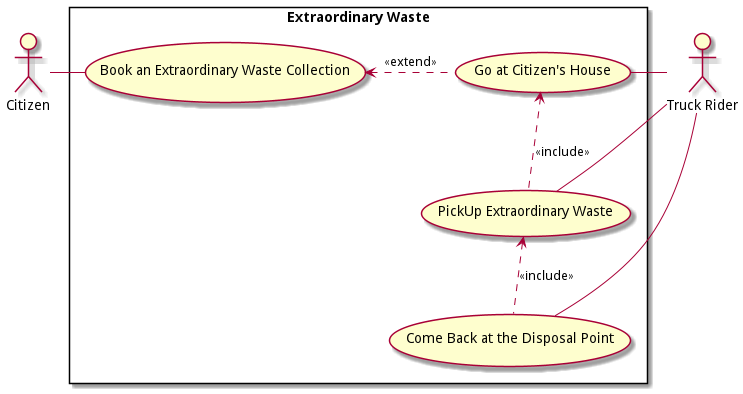
This is uml/extraordinary-use-cases.pm.png from SmartWasteCollection/project-management, a PlantUML export, as it was before one commit.
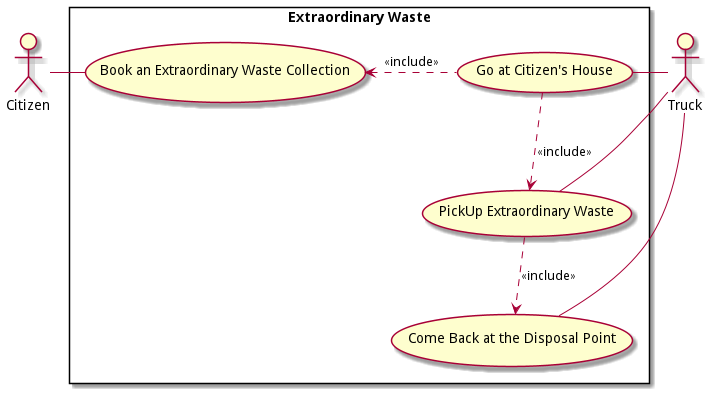
The same file after the commit.

Commit message:
Generate PNG files for PlantUML diagrams

Diff of the diagram source:
```diff
@@ -1,6 +1,6 @@
 @startuml
 !include ../metamodels/use-cases.iuml
-actor "Truck Rider" as tr
+actor "Truck" as tr
 actor Citizen as c
 
 scenarios "Extraordinary Waste" {
@@ -11,9 +11,9 @@
     usecase "Go at Citizen's House" as go
     usecase "PickUp Extraordinary Waste" as pickup
     usecase "Come Back at the Disposal Point" as disposal
-    include(pickup, go, up)
-    include(disposal, pickup, up)
-    extend(go, booking, left)
+    include(go, pickup, down)
+    include(pickup, disposal, down)
+    include(go, booking, left)
 
     uses(tr, go, right)
     uses(tr, pickup, right)
```
